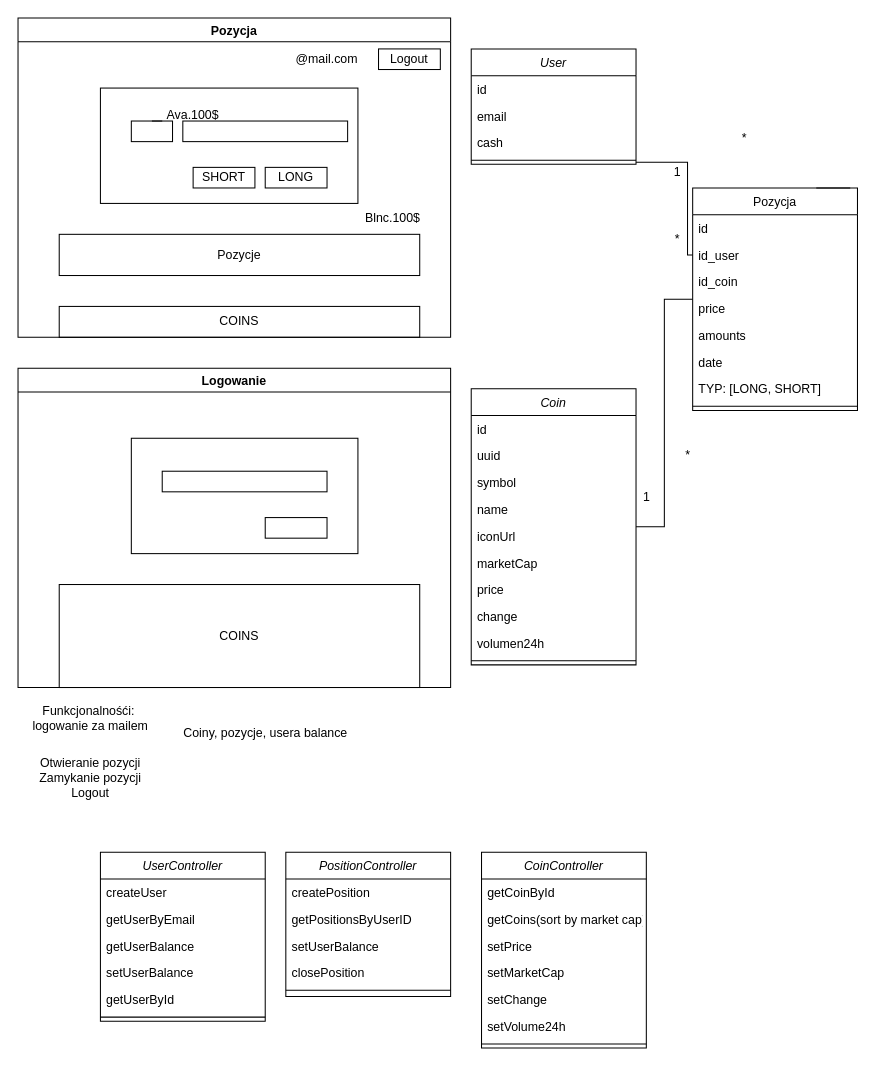
Before: server/diagram_exchange.drawio in janekrobel/Crypto-Trading-Symulator, a draw.io diagram. Source tidied: cells renumbered, new cells numbered last; positions are measured from the earlier drawing's top-left corner, leaving out a move shared by most shapes. Both pictures are drawn from the tidied source at 103%, with x=0, y=0 at pixel (18, 18).
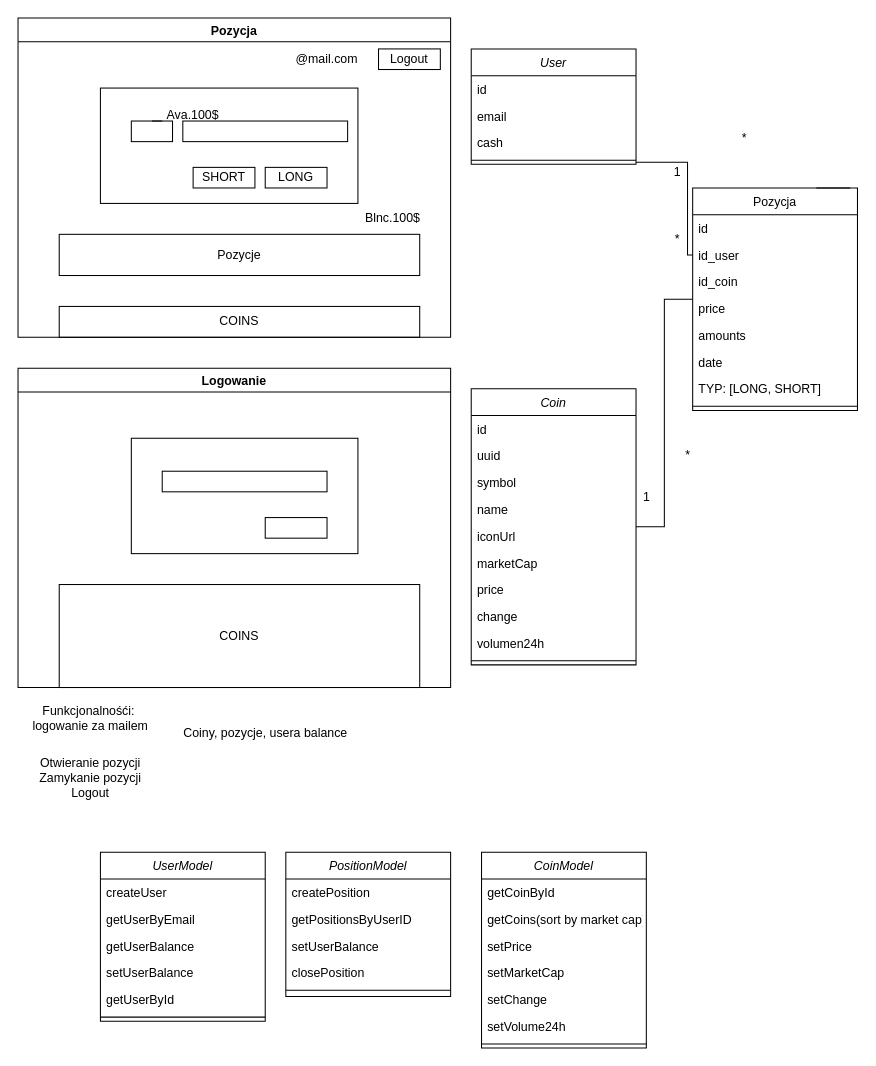
The same diagram, later.

Change to the diagram source:
```diff
@@
-    <mxCell id="56" value="UserController" style="swimlane;fontStyle=2;align=center;verticalAlign=top;horizontal=1;startSize=26;rounded=0;shadow=0;strokeWidth=1;" parent="1" vertex="1">
+    <mxCell id="56" value="UserModel" style="swimlane;fontStyle=2;align=center;verticalAlign=top;horizontal=1;startSize=26;rounded=0;shadow=0;strokeWidth=1;" parent="1" vertex="1">
       <mxGeometry x="80" y="810" width="160" height="164" as="geometry" />
     </mxCell>
@@
-    <mxCell id="63" value="PositionController" style="swimlane;fontStyle=2;align=center;verticalAlign=top;horizontal=1;startSize=26;rounded=0;shadow=0;strokeWidth=1;" parent="1" vertex="1">
+    <mxCell id="63" value="PositionModel" style="swimlane;fontStyle=2;align=center;verticalAlign=top;horizontal=1;startSize=26;rounded=0;shadow=0;strokeWidth=1;" parent="1" vertex="1">
       <mxGeometry x="260" y="810" width="160" height="140" as="geometry" />
     </mxCell>
@@
-    <mxCell id="69" value="CoinController" style="swimlane;fontStyle=2;align=center;verticalAlign=top;horizontal=1;startSize=26;rounded=0;shadow=0;strokeWidth=1;" parent="1" vertex="1">
+    <mxCell id="69" value="CoinModel" style="swimlane;fontStyle=2;align=center;verticalAlign=top;horizontal=1;startSize=26;rounded=0;shadow=0;strokeWidth=1;" parent="1" vertex="1">
       <mxGeometry x="450" y="810" width="160" height="190" as="geometry" />
     </mxCell>
```
